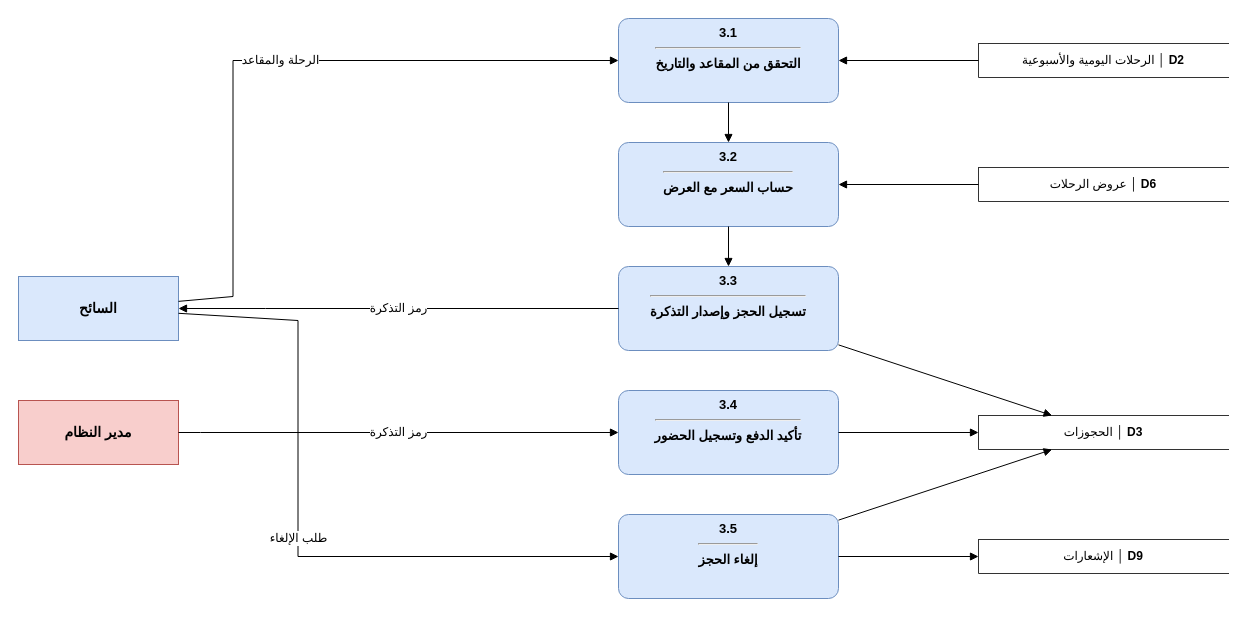
This is مخططات_التحليل_drawio/dfd13_bookings.drawio from masara-prog/Delni-project, a draw.io file, before an edit. Source tidied: cells renumbered, new cells numbered last; positions are measured from the earlier drawing's top-left corner, leaving out a move shared by most shapes. Both pictures are drawn from the tidied source at 100%, with x=0, y=0 at pixel (18, 18).
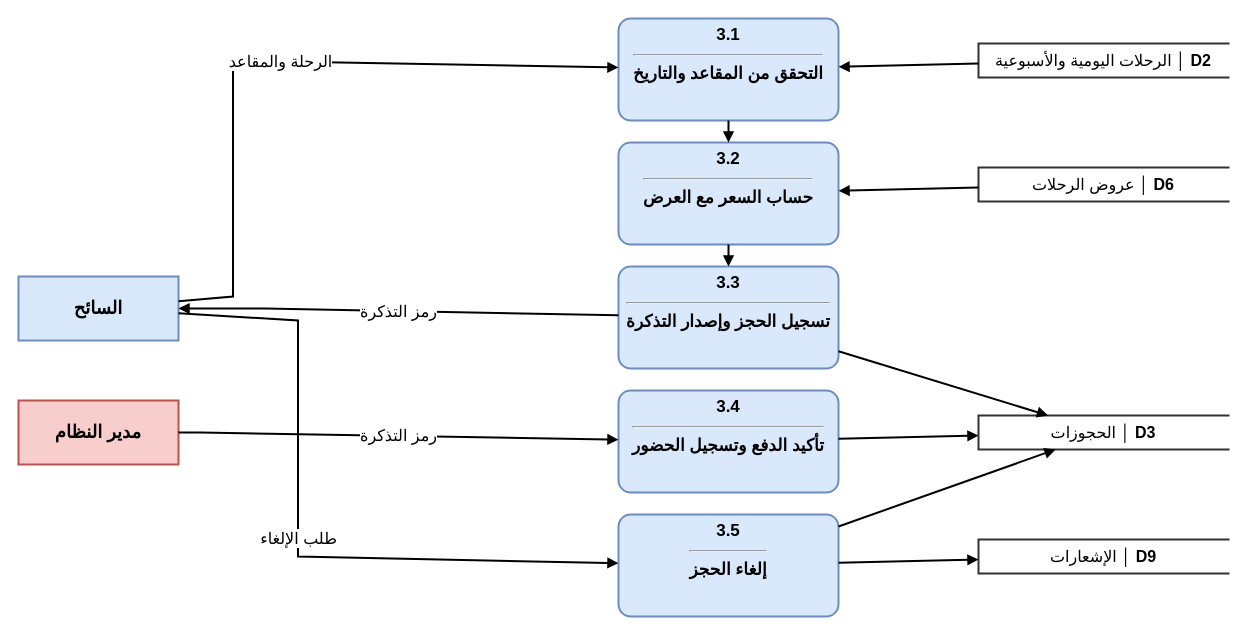
Above is the later version.

Diff of the diagram source:
```diff
@@
-    <mxCell id="2" value="&lt;b&gt;3.1&lt;/b&gt;&lt;hr&gt;التحقق من المقاعد والتاريخ" style="rounded=1;arcSize=12;verticalAlign=top;html=1;whiteSpace=wrap;fontFamily=Arial;fontSize=13;fontStyle=1;fillColor=#dae8fc;strokeColor=#6c8ebf;" parent="1" vertex="1">
-      <mxGeometry x="600" width="220" height="84" as="geometry" />
+    <mxCell id="2" value="&lt;b&gt;3.1&lt;/b&gt;&lt;hr&gt;التحقق من المقاعد والتاريخ" style="rounded=1;arcSize=12;verticalAlign=top;html=1;whiteSpace=wrap;fontFamily=Arial;fontSize=17;fontStyle=1;fillColor=#dae8fc;strokeColor=#6c8ebf;strokeWidth=2;" parent="1" vertex="1">
+      <mxGeometry x="600" width="220" height="102" as="geometry" />
     </mxCell>
-    <mxCell id="3" value="&lt;b&gt;3.2&lt;/b&gt;&lt;hr&gt;حساب السعر مع العرض" style="rounded=1;arcSize=12;verticalAlign=top;html=1;whiteSpace=wrap;fontFamily=Arial;fontSize=13;fontStyle=1;fillColor=#dae8fc;strokeColor=#6c8ebf;" parent="1" vertex="1">
-      <mxGeometry x="600" y="124" width="220" height="84" as="geometry" />
+    <mxCell id="3" value="&lt;b&gt;3.2&lt;/b&gt;&lt;hr&gt;حساب السعر مع العرض" style="rounded=1;arcSize=12;verticalAlign=top;html=1;whiteSpace=wrap;fontFamily=Arial;fontSize=17;fontStyle=1;fillColor=#dae8fc;strokeColor=#6c8ebf;strokeWidth=2;" parent="1" vertex="1">
+      <mxGeometry x="600" y="124" width="220" height="102" as="geometry" />
     </mxCell>
-    <mxCell id="4" value="&lt;b&gt;3.3&lt;/b&gt;&lt;hr&gt;تسجيل الحجز وإصدار التذكرة" style="rounded=1;arcSize=12;verticalAlign=top;html=1;whiteSpace=wrap;fontFamily=Arial;fontSize=13;fontStyle=1;fillColor=#dae8fc;strokeColor=#6c8ebf;" parent="1" vertex="1">
-      <mxGeometry x="600" y="248" width="220" height="84" as="geometry" />
+    <mxCell id="4" value="&lt;b&gt;3.3&lt;/b&gt;&lt;hr&gt;تسجيل الحجز وإصدار التذكرة" style="rounded=1;arcSize=12;verticalAlign=top;html=1;whiteSpace=wrap;fontFamily=Arial;fontSize=17;fontStyle=1;fillColor=#dae8fc;strokeColor=#6c8ebf;strokeWidth=2;" parent="1" vertex="1">
+      <mxGeometry x="600" y="248" width="220" height="102" as="geometry" />
     </mxCell>
-    <mxCell id="5" value="&lt;b&gt;3.4&lt;/b&gt;&lt;hr&gt;تأكيد الدفع وتسجيل الحضور" style="rounded=1;arcSize=12;verticalAlign=top;html=1;whiteSpace=wrap;fontFamily=Arial;fontSize=13;fontStyle=1;fillColor=#dae8fc;strokeColor=#6c8ebf;" parent="1" vertex="1">
-      <mxGeometry x="600" y="372" width="220" height="84" as="geometry" />
+    <mxCell id="5" value="&lt;b&gt;3.4&lt;/b&gt;&lt;hr&gt;تأكيد الدفع وتسجيل الحضور" style="rounded=1;arcSize=12;verticalAlign=top;html=1;whiteSpace=wrap;fontFamily=Arial;fontSize=17;fontStyle=1;fillColor=#dae8fc;strokeColor=#6c8ebf;strokeWidth=2;" parent="1" vertex="1">
+      <mxGeometry x="600" y="372" width="220" height="102" as="geometry" />
     </mxCell>
-    <mxCell id="6" value="&lt;b&gt;3.5&lt;/b&gt;&lt;hr&gt;إلغاء الحجز" style="rounded=1;arcSize=12;verticalAlign=top;html=1;whiteSpace=wrap;fontFamily=Arial;fontSize=13;fontStyle=1;fillColor=#dae8fc;strokeColor=#6c8ebf;" parent="1" vertex="1">
-      <mxGeometry x="600" y="496" width="220" height="84" as="geometry" />
+    <mxCell id="6" value="&lt;b&gt;3.5&lt;/b&gt;&lt;hr&gt;إلغاء الحجز" style="rounded=1;arcSize=12;verticalAlign=top;html=1;whiteSpace=wrap;fontFamily=Arial;fontSize=17;fontStyle=1;fillColor=#dae8fc;strokeColor=#6c8ebf;strokeWidth=2;" parent="1" vertex="1">
+      <mxGeometry x="600" y="496" width="220" height="102" as="geometry" />
     </mxCell>
-    <mxCell id="7" value="السائح" style="rounded=0;html=1;whiteSpace=wrap;fontFamily=Arial;fontSize=14;fontStyle=1;fillColor=#dae8fc;strokeColor=#6c8ebf;" parent="1" vertex="1">
+    <mxCell id="7" value="السائح" style="rounded=0;html=1;whiteSpace=wrap;fontFamily=Arial;fontSize=18;fontStyle=1;fillColor=#dae8fc;strokeColor=#6c8ebf;strokeWidth=2;" parent="1" vertex="1">
       <mxGeometry y="258" width="160" height="64" as="geometry" />
     </mxCell>
-    <mxCell id="8" value="مدير النظام" style="rounded=0;html=1;whiteSpace=wrap;fontFamily=Arial;fontSize=14;fontStyle=1;fillColor=#f8cecc;strokeColor=#b85450;" parent="1" vertex="1">
+    <mxCell id="8" value="مدير النظام" style="rounded=0;html=1;whiteSpace=wrap;fontFamily=Arial;fontSize=18;fontStyle=1;fillColor=#f8cecc;strokeColor=#b85450;strokeWidth=2;" parent="1" vertex="1">
       <mxGeometry y="382" width="160" height="64" as="geometry" />
     </mxCell>
-    <mxCell id="9" value="الرحلات اليومية والأسبوعية  │ &lt;b&gt;D2&lt;/b&gt;" style="shape=partialRectangle;right=0;align=center;html=1;whiteSpace=wrap;fontFamily=Arial;fontSize=12;fontStyle=0;fillColor=#ffffff;strokeColor=#333333;" parent="1" vertex="1">
+    <mxCell id="9" value="الرحلات اليومية والأسبوعية  │ &lt;b&gt;D2&lt;/b&gt;" style="shape=partialRectangle;right=0;align=center;html=1;whiteSpace=wrap;fontFamily=Arial;fontSize=16;fontStyle=0;fillColor=#ffffff;strokeColor=#333333;strokeWidth=2;" parent="1" vertex="1">
       <mxGeometry x="960" y="25" width="250" height="34" as="geometry" />
     </mxCell>
-    <mxCell id="10" value="عروض الرحلات  │ &lt;b&gt;D6&lt;/b&gt;" style="shape=partialRectangle;right=0;align=center;html=1;whiteSpace=wrap;fontFamily=Arial;fontSize=12;fontStyle=0;fillColor=#ffffff;strokeColor=#333333;" parent="1" vertex="1">
+    <mxCell id="10" value="عروض الرحلات  │ &lt;b&gt;D6&lt;/b&gt;" style="shape=partialRectangle;right=0;align=center;html=1;whiteSpace=wrap;fontFamily=Arial;fontSize=16;fontStyle=0;fillColor=#ffffff;strokeColor=#333333;strokeWidth=2;" parent="1" vertex="1">
       <mxGeometry x="960" y="149" width="250" height="34" as="geometry" />
     </mxCell>
-    <mxCell id="11" value="الحجوزات  │ &lt;b&gt;D3&lt;/b&gt;" style="shape=partialRectangle;right=0;align=center;html=1;whiteSpace=wrap;fontFamily=Arial;fontSize=12;fontStyle=0;fillColor=#ffffff;strokeColor=#333333;" parent="1" vertex="1">
+    <mxCell id="11" value="الحجوزات  │ &lt;b&gt;D3&lt;/b&gt;" style="shape=partialRectangle;right=0;align=center;html=1;whiteSpace=wrap;fontFamily=Arial;fontSize=16;fontStyle=0;fillColor=#ffffff;strokeColor=#333333;strokeWidth=2;" parent="1" vertex="1">
       <mxGeometry x="960" y="397" width="250" height="34" as="geometry" />
     </mxCell>
-    <mxCell id="12" value="الإشعارات  │ &lt;b&gt;D9&lt;/b&gt;" style="shape=partialRectangle;right=0;align=center;html=1;whiteSpace=wrap;fontFamily=Arial;fontSize=12;fontStyle=0;fillColor=#ffffff;strokeColor=#333333;" parent="1" vertex="1">
+    <mxCell id="12" value="الإشعارات  │ &lt;b&gt;D9&lt;/b&gt;" style="shape=partialRectangle;right=0;align=center;html=1;whiteSpace=wrap;fontFamily=Arial;fontSize=16;fontStyle=0;fillColor=#ffffff;strokeColor=#333333;strokeWidth=2;" parent="1" vertex="1">
       <mxGeometry x="960" y="521" width="250" height="34" as="geometry" />
     </mxCell>
-    <mxCell id="13" value="الرحلة والمقاعد" style="endArrow=block;endFill=1;html=1;rounded=0;fontFamily=Arial;fontSize=12;labelBackgroundColor=#ffffff;" parent="1" edge="1" source="7" target="2">
+    <mxCell id="13" value="الرحلة والمقاعد" style="endArrow=block;endFill=1;html=1;rounded=0;fontFamily=Arial;fontSize=16;labelBackgroundColor=#ffffff;strokeWidth=2;" parent="1" edge="1" source="7" target="2">
       <mxGeometry relative="1" as="geometry">
         <Array as="points">
           <mxPoint x="214.5" y="278" />
           <mxPoint x="214.5" y="42" />
         </Array>
       </mxGeometry>
     </mxCell>
-    <mxCell id="14" style="endArrow=block;endFill=1;html=1;rounded=0;fontFamily=Arial;fontSize=12;labelBackgroundColor=#ffffff;" parent="1" edge="1" source="2" target="3">
+    <mxCell id="14" style="endArrow=block;endFill=1;html=1;rounded=0;fontFamily=Arial;fontSize=16;labelBackgroundColor=#ffffff;strokeWidth=2;" parent="1" edge="1" source="2" target="3">
       <mxGeometry relative="1" as="geometry" />
     </mxCell>
-    <mxCell id="15" style="endArrow=block;endFill=1;html=1;rounded=0;fontFamily=Arial;fontSize=12;labelBackgroundColor=#ffffff;" parent="1" edge="1" source="3" target="4">
+    <mxCell id="15" style="endArrow=block;endFill=1;html=1;rounded=0;fontFamily=Arial;fontSize=16;labelBackgroundColor=#ffffff;strokeWidth=2;" parent="1" edge="1" source="3" target="4">
       <mxGeometry relative="1" as="geometry" />
     </mxCell>
-    <mxCell id="16" value="رمز التذكرة" style="endArrow=block;endFill=1;html=1;rounded=0;fontFamily=Arial;fontSize=12;labelBackgroundColor=#ffffff;" parent="1" edge="1" source="4" target="7">
+    <mxCell id="16" value="رمز التذكرة" style="endArrow=block;endFill=1;html=1;rounded=0;fontFamily=Arial;fontSize=16;labelBackgroundColor=#ffffff;strokeWidth=2;" parent="1" edge="1" source="4" target="7">
       <mxGeometry relative="1" as="geometry">
         <Array as="points">
           <mxPoint x="247" y="290" />
           <mxPoint x="247" y="290" />
         </Array>
       </mxGeometry>
     </mxCell>
-    <mxCell id="17" style="endArrow=block;endFill=1;html=1;rounded=0;fontFamily=Arial;fontSize=12;labelBackgroundColor=#ffffff;" parent="1" edge="1" source="9" target="2">
+    <mxCell id="17" style="endArrow=block;endFill=1;html=1;rounded=0;fontFamily=Arial;fontSize=16;labelBackgroundColor=#ffffff;strokeWidth=2;" parent="1" edge="1" source="9" target="2">
       <mxGeometry relative="1" as="geometry" />
     </mxCell>
-    <mxCell id="18" style="endArrow=block;endFill=1;html=1;rounded=0;fontFamily=Arial;fontSize=12;labelBackgroundColor=#ffffff;" parent="1" edge="1" source="10" target="3">
+    <mxCell id="18" style="endArrow=block;endFill=1;html=1;rounded=0;fontFamily=Arial;fontSize=16;labelBackgroundColor=#ffffff;strokeWidth=2;" parent="1" edge="1" source="10" target="3">
       <mxGeometry relative="1" as="geometry" />
     </mxCell>
-    <mxCell id="19" style="endArrow=block;endFill=1;html=1;rounded=0;fontFamily=Arial;fontSize=12;labelBackgroundColor=#ffffff;" parent="1" edge="1" source="4" target="11">
+    <mxCell id="19" style="endArrow=block;endFill=1;html=1;rounded=0;fontFamily=Arial;fontSize=16;labelBackgroundColor=#ffffff;strokeWidth=2;" parent="1" edge="1" source="4" target="11">
       <mxGeometry relative="1" as="geometry" />
     </mxCell>
-    <mxCell id="20" value="رمز التذكرة" style="endArrow=block;endFill=1;html=1;rounded=0;fontFamily=Arial;fontSize=12;labelBackgroundColor=#ffffff;" parent="1" edge="1" source="8" target="5">
+    <mxCell id="20" value="رمز التذكرة" style="endArrow=block;endFill=1;html=1;rounded=0;fontFamily=Arial;fontSize=16;labelBackgroundColor=#ffffff;strokeWidth=2;" parent="1" edge="1" source="8" target="5">
       <mxGeometry relative="1" as="geometry">
         <Array as="points">
           <mxPoint x="182" y="414" />
           <mxPoint x="182" y="414" />
         </Array>
       </mxGeometry>
     </mxCell>
-    <mxCell id="21" style="endArrow=block;endFill=1;html=1;rounded=0;fontFamily=Arial;fontSize=12;labelBackgroundColor=#ffffff;" parent="1" edge="1" source="5" target="11">
+    <mxCell id="21" style="endArrow=block;endFill=1;html=1;rounded=0;fontFamily=Arial;fontSize=16;labelBackgroundColor=#ffffff;strokeWidth=2;" parent="1" edge="1" source="5" target="11">
       <mxGeometry relative="1" as="geometry" />
     </mxCell>
-    <mxCell id="22" value="طلب الإلغاء" style="endArrow=block;endFill=1;html=1;rounded=0;fontFamily=Arial;fontSize=12;labelBackgroundColor=#ffffff;" parent="1" edge="1" source="7" target="6">
+    <mxCell id="22" value="طلب الإلغاء" style="endArrow=block;endFill=1;html=1;rounded=0;fontFamily=Arial;fontSize=16;labelBackgroundColor=#ffffff;strokeWidth=2;" parent="1" edge="1" source="7" target="6">
       <mxGeometry relative="1" as="geometry">
         <Array as="points">
           <mxPoint x="279.5" y="302" />
           <mxPoint x="279.5" y="538" />
         </Array>
       </mxGeometry>
     </mxCell>
-    <mxCell id="23" style="endArrow=block;endFill=1;html=1;rounded=0;fontFamily=Arial;fontSize=12;labelBackgroundColor=#ffffff;" parent="1" edge="1" source="6" target="11">
+    <mxCell id="23" style="endArrow=block;endFill=1;html=1;rounded=0;fontFamily=Arial;fontSize=16;labelBackgroundColor=#ffffff;strokeWidth=2;" parent="1" edge="1" source="6" target="11">
       <mxGeometry relative="1" as="geometry" />
     </mxCell>
-    <mxCell id="24" style="endArrow=block;endFill=1;html=1;rounded=0;fontFamily=Arial;fontSize=12;labelBackgroundColor=#ffffff;" parent="1" edge="1" source="6" target="12">
+    <mxCell id="24" style="endArrow=block;endFill=1;html=1;rounded=0;fontFamily=Arial;fontSize=16;labelBackgroundColor=#ffffff;strokeWidth=2;" parent="1" edge="1" source="6" target="12">
       <mxGeometry relative="1" as="geometry" />
     </mxCell>
```
